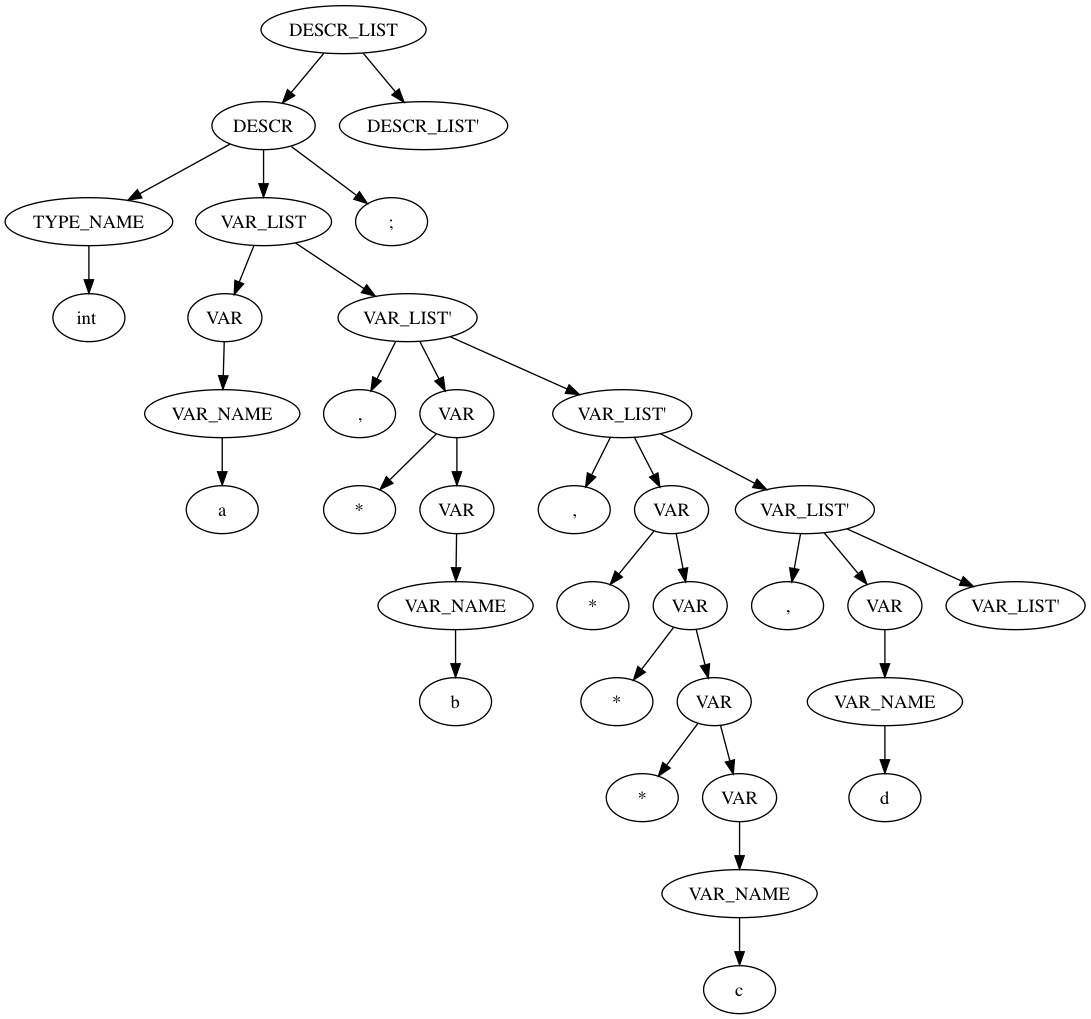
This is Task2/tree.png from Veirisa/MethodsOfTranslation, a Graphviz export, as it was before one commit. Its source is kept beside it as Task2/tree.dot. Its diagram source:
```dot
digraph {
1[label = "int "]
2[label = "TYPE_NAME"]
2 -> 1;
3[label = "DESCR"]
3 -> 2;
4[label = "a"]
5[label = "VAR_NAME"]
5 -> 4;
6[label = "VAR"]
6 -> 5;
7[label = "VAR_LIST"]
7 -> 6;
8[label = ","]
9[label = "VAR_LIST'"]
9 -> 8;
10[label = "*"]
11[label = "VAR"]
11 -> 10;
12[label = "b"]
13[label = "VAR_NAME"]
13 -> 12;
14[label = "VAR"]
14 -> 13;
11 -> 14;
9 -> 11;
15[label = ","]
16[label = "VAR_LIST'"]
16 -> 15;
17[label = "*"]
18[label = "VAR"]
18 -> 17;
19[label = "*"]
20[label = "VAR"]
20 -> 19;
21[label = "*"]
22[label = "VAR"]
22 -> 21;
23[label = "c"]
24[label = "VAR_NAME"]
24 -> 23;
25[label = "VAR"]
25 -> 24;
22 -> 25;
20 -> 22;
18 -> 20;
16 -> 18;
26[label = ","]
27[label = "VAR_LIST'"]
27 -> 26;
28[label = "d"]
29[label = "VAR_NAME"]
29 -> 28;
30[label = "VAR"]
30 -> 29;
27 -> 30;
31[label = "VAR_LIST'"]
27 -> 31;
16 -> 27;
9 -> 16;
7 -> 9;
3 -> 7;
32[label = ";"]
3 -> 32;
33[label = "DESCR_LIST"]
33 -> 3;
34[label = "DESCR_LIST'"]
33 -> 34;
}
```
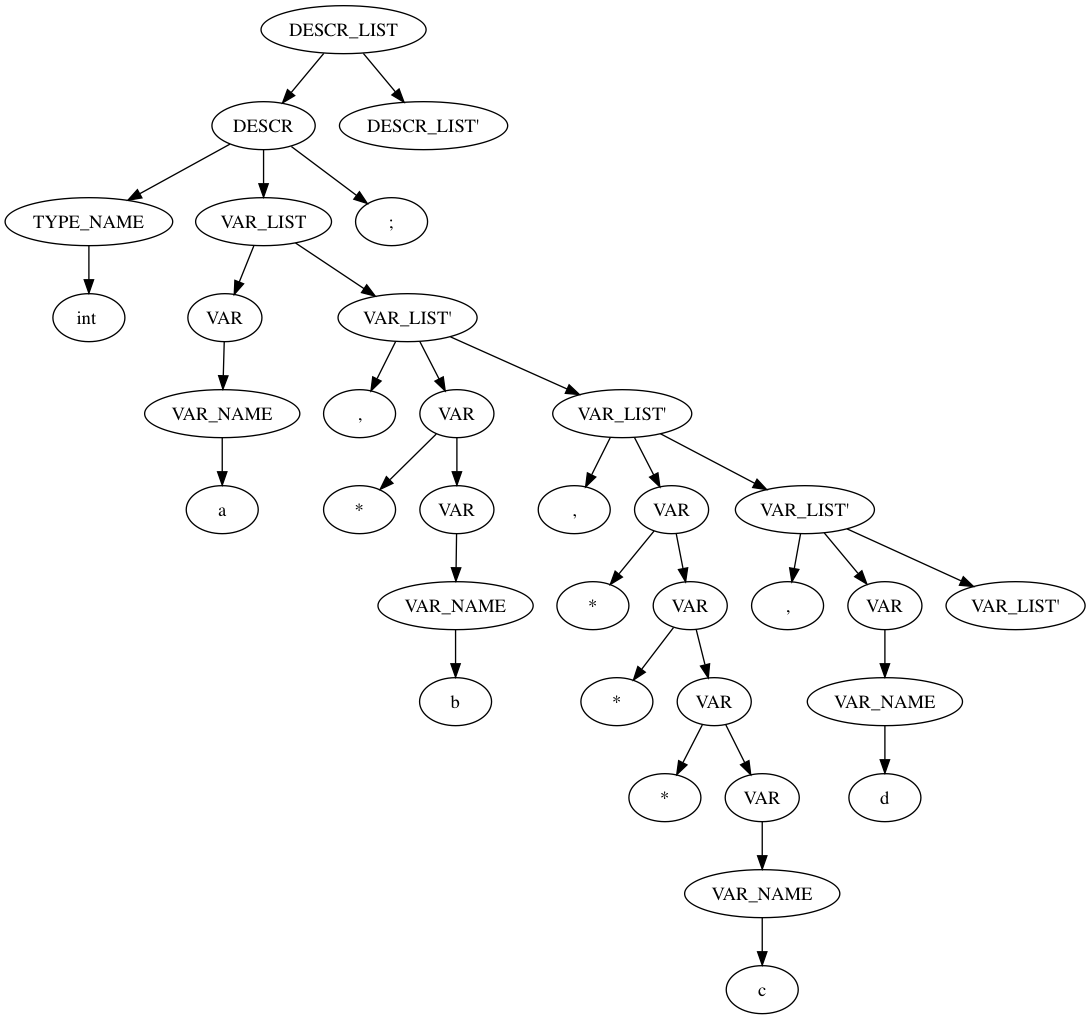
Above is the later version.

What changed in the source:
```diff
@@ -1,69 +1,69 @@
 digraph {
-1[label = "int "]
-2[label = "TYPE_NAME"]
-2 -> 1;
-3[label = "DESCR"]
-3 -> 2;
-4[label = "a"]
-5[label = "VAR_NAME"]
-5 -> 4;
+1[label = "DESCR_LIST"]
+2[label = "DESCR"]
+3[label = "TYPE_NAME"]
+4[label = "int "]
+3 -> 4;
+2 -> 3;
+5[label = "VAR_LIST"]
 6[label = "VAR"]
-6 -> 5;
-7[label = "VAR_LIST"]
-7 -> 6;
-8[label = ","]
+7[label = "VAR_NAME"]
+8[label = "a"]
+7 -> 8;
+6 -> 7;
+5 -> 6;
 9[label = "VAR_LIST'"]
-9 -> 8;
-10[label = "*"]
+10[label = ","]
+9 -> 10;
 11[label = "VAR"]
-11 -> 10;
-12[label = "b"]
-13[label = "VAR_NAME"]
-13 -> 12;
-14[label = "VAR"]
-14 -> 13;
-11 -> 14;
+12[label = "*"]
+11 -> 12;
+13[label = "VAR"]
+14[label = "VAR_NAME"]
+15[label = "b"]
+14 -> 15;
+13 -> 14;
+11 -> 13;
 9 -> 11;
-15[label = ","]
 16[label = "VAR_LIST'"]
-16 -> 15;
-17[label = "*"]
+17[label = ","]
+16 -> 17;
 18[label = "VAR"]
-18 -> 17;
 19[label = "*"]
+18 -> 19;
 20[label = "VAR"]
-20 -> 19;
 21[label = "*"]
+20 -> 21;
 22[label = "VAR"]
-22 -> 21;
-23[label = "c"]
-24[label = "VAR_NAME"]
-24 -> 23;
-25[label = "VAR"]
-25 -> 24;
-22 -> 25;
+23[label = "*"]
+22 -> 23;
+24[label = "VAR"]
+25[label = "VAR_NAME"]
+26[label = "c"]
+25 -> 26;
+24 -> 25;
+22 -> 24;
 20 -> 22;
 18 -> 20;
 16 -> 18;
-26[label = ","]
 27[label = "VAR_LIST'"]
-27 -> 26;
-28[label = "d"]
-29[label = "VAR_NAME"]
-29 -> 28;
-30[label = "VAR"]
-30 -> 29;
-27 -> 30;
-31[label = "VAR_LIST'"]
-27 -> 31;
+28[label = ","]
+27 -> 28;
+29[label = "VAR"]
+30[label = "VAR_NAME"]
+31[label = "d"]
+30 -> 31;
+29 -> 30;
+27 -> 29;
+32[label = "VAR_LIST'"]
+27 -> 32;
 16 -> 27;
 9 -> 16;
-7 -> 9;
-3 -> 7;
-32[label = ";"]
-3 -> 32;
-33[label = "DESCR_LIST"]
-33 -> 3;
+5 -> 9;
+2 -> 5;
+33[label = ";"]
+2 -> 33;
+1 -> 2;
 34[label = "DESCR_LIST'"]
-33 -> 34;
+1 -> 34;
 }
```
